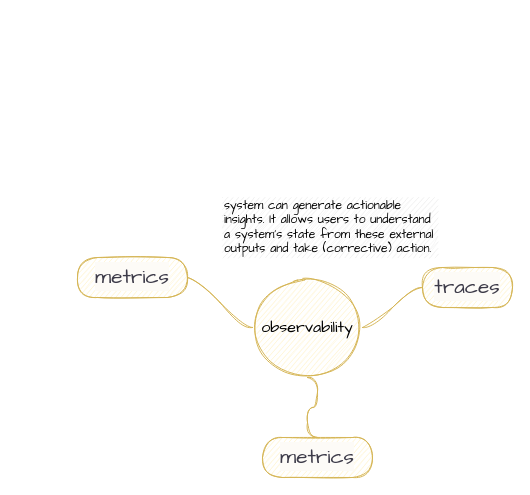
Before: page "observability" (1 of 2) of OpenTelemetry/OpenTelemetry.drawio in bostjanspar/MyDrawStuff, a draw.io diagram. Source tidied: cells renumbered, new cells numbered last; positions are measured from the earlier drawing's top-left corner, leaving out a move shared by most shapes. Both pictures are drawn from the tidied source at 100%, with x=0, y=0 at pixel (77, 197).
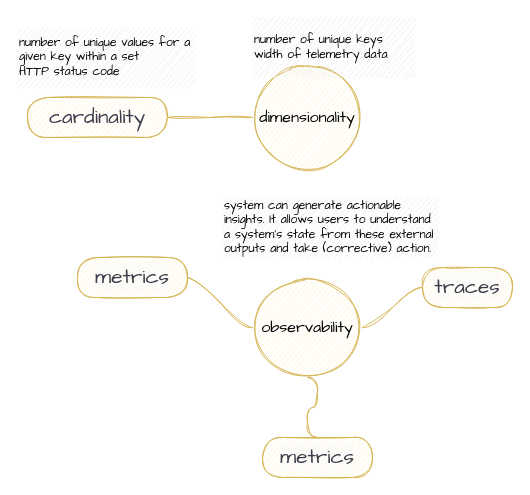
After the change.

Change to the diagram source:
```diff
@@
 <mxGraphModel>
   <root>
     <mxCell id="0" />
     <mxCell id="1" parent="0" />
     <mxCell id="2" style="edgeStyle=entityRelationEdgeStyle;startArrow=none;endArrow=none;segment=10;curved=1;shadow=0;sketch=1;fillColor=#fff2cc;strokeColor=#d6b656;fontFamily=Architects Daughter;" parent="1" edge="1" source="5" target="6">
       <mxGeometry relative="1" as="geometry" />
     </mxCell>
     <mxCell id="3" style="edgeStyle=entityRelationEdgeStyle;startArrow=none;endArrow=none;segment=10;curved=1;shadow=0;sketch=1;fillColor=#fff2cc;strokeColor=#d6b656;fontFamily=Architects Daughter;" parent="1" edge="1" source="5" target="7">
       <mxGeometry relative="1" as="geometry" />
     </mxCell>
     <mxCell id="4" style="edgeStyle=entityRelationEdgeStyle;rounded=1;jettySize=auto;html=1;startArrow=none;endArrow=none;segment=10;curved=1;entryX=0.5;entryY=0;entryDx=0;entryDy=0;exitX=0.5;exitY=1;exitDx=0;exitDy=0;shadow=0;sketch=1;strokeColor=#d6b656;align=center;verticalAlign=middle;fontFamily=Architects Daughter;fontSize=11;fontColor=default;labelBackgroundColor=default;fillColor=#fff2cc;" parent="1" edge="1" source="5" target="8">
       <mxGeometry relative="1" as="geometry" />
     </mxCell>
     <mxCell id="5" value="observability" style="ellipse;whiteSpace=wrap;html=1;align=center;newEdgeStyle={&quot;edgeStyle&quot;:&quot;entityRelationEdgeStyle&quot;,&quot;startArrow&quot;:&quot;none&quot;,&quot;endArrow&quot;:&quot;none&quot;,&quot;segment&quot;:10,&quot;curved&quot;:1};shadow=0;sketch=1;fillColor=#fff2cc;strokeColor=#d6b656;fontFamily=Architects Daughter;fontSize=16;" parent="1" vertex="1">
       <mxGeometry x="175" y="80" width="110" height="100" as="geometry" />
     </mxCell>
     <mxCell id="6" value="&lt;span style=&quot;color: rgb(61, 59, 73); font-size: 20.8px; text-align: left; background-color: rgb(253, 251, 247);&quot;&gt;traces&lt;/span&gt;" style="whiteSpace=wrap;html=1;rounded=1;arcSize=50;align=center;verticalAlign=middle;strokeWidth=1;spacing=4;newEdgeStyle={&quot;edgeStyle&quot;:&quot;entityRelationEdgeStyle&quot;,&quot;startArrow&quot;:&quot;none&quot;,&quot;endArrow&quot;:&quot;none&quot;,&quot;segment&quot;:10,&quot;curved&quot;:1};shadow=0;sketch=1;fillColor=#fff2cc;strokeColor=#d6b656;fontFamily=Architects Daughter;" parent="1" vertex="1">
       <mxGeometry x="345" y="70" width="90" height="40" as="geometry" />
     </mxCell>
     <mxCell id="7" value="&lt;span style=&quot;color: rgb(61, 59, 73); font-size: 20.8px; text-align: left; background-color: rgb(253, 251, 247);&quot;&gt;metrics&lt;/span&gt;" style="whiteSpace=wrap;html=1;rounded=1;arcSize=50;align=center;verticalAlign=middle;strokeWidth=1;spacing=4;newEdgeStyle={&quot;edgeStyle&quot;:&quot;entityRelationEdgeStyle&quot;,&quot;startArrow&quot;:&quot;none&quot;,&quot;endArrow&quot;:&quot;none&quot;,&quot;segment&quot;:10,&quot;curved&quot;:1};shadow=0;sketch=1;fillColor=#fff2cc;strokeColor=#d6b656;fontFamily=Architects Daughter;" parent="1" vertex="1">
       <mxGeometry y="60" width="110" height="40" as="geometry" />
     </mxCell>
     <mxCell id="8" value="&lt;span style=&quot;color: rgb(61, 59, 73); font-size: 20.8px; text-align: left; background-color: rgb(253, 251, 247);&quot;&gt;metrics&lt;/span&gt;" style="whiteSpace=wrap;html=1;rounded=1;arcSize=50;align=center;verticalAlign=middle;strokeWidth=1;spacing=4;newEdgeStyle={&quot;edgeStyle&quot;:&quot;entityRelationEdgeStyle&quot;,&quot;startArrow&quot;:&quot;none&quot;,&quot;endArrow&quot;:&quot;none&quot;,&quot;segment&quot;:10,&quot;curved&quot;:1};shadow=0;sketch=1;fillColor=#fff2cc;strokeColor=#d6b656;fontFamily=Architects Daughter;" parent="1" vertex="1">
       <mxGeometry x="185" y="240" width="110" height="40" as="geometry" />
     </mxCell>
     <mxCell id="9" value="&lt;font&gt;system can generate actionable insights. It allows users to understand a system’s state from these external outputs and take (corrective) action.&lt;/font&gt;" style="text;html=1;align=left;verticalAlign=middle;whiteSpace=wrap;rounded=0;fillColor=#EDEDED;sketch=1;curveFitting=1;jiggle=2;fontFamily=Architects Daughter;" parent="1" vertex="1">
       <mxGeometry x="145" width="215" height="60" as="geometry" />
     </mxCell>
+    <mxCell id="10" value="dimensionality" style="ellipse;whiteSpace=wrap;html=1;align=center;newEdgeStyle={&quot;edgeStyle&quot;:&quot;entityRelationEdgeStyle&quot;,&quot;startArrow&quot;:&quot;none&quot;,&quot;endArrow&quot;:&quot;none&quot;,&quot;segment&quot;:10,&quot;curved&quot;:1};shadow=0;sketch=1;fillColor=#fff2cc;strokeColor=#d6b656;fontFamily=Architects Daughter;fontSize=16;" parent="1" vertex="1">
+      <mxGeometry x="175" y="-130" width="110" height="100" as="geometry" />
+    </mxCell>
+    <mxCell id="11" value="number of unique values for a given key within a set&lt;br&gt;HTTP status code" style="text;html=1;align=left;verticalAlign=middle;whiteSpace=wrap;rounded=0;fillColor=#EDEDED;sketch=1;curveFitting=1;jiggle=2;fontFamily=Architects Daughter;" parent="1" vertex="1">
+      <mxGeometry x="-60" y="-170" width="175" height="60" as="geometry" />
+    </mxCell>
+    <mxCell id="12" style="edgeStyle=entityRelationEdgeStyle;rounded=1;jettySize=auto;html=1;startArrow=none;endArrow=none;segment=10;curved=1;shadow=0;sketch=1;strokeColor=#d6b656;align=center;verticalAlign=middle;fontFamily=Architects Daughter;fontSize=11;fontColor=default;labelBackgroundColor=default;fillColor=#fff2cc;" parent="1" edge="1" source="13" target="10">
+      <mxGeometry relative="1" as="geometry" />
+    </mxCell>
+    <mxCell id="13" value="&lt;div style=&quot;text-align: left;&quot;&gt;&lt;span style=&quot;background-color: initial; font-size: 20.8px;&quot;&gt;&lt;font color=&quot;#3d3b49&quot;&gt;cardinality&lt;/font&gt;&lt;/span&gt;&lt;/div&gt;" style="whiteSpace=wrap;html=1;rounded=1;arcSize=50;align=center;verticalAlign=middle;strokeWidth=1;spacing=4;newEdgeStyle={&quot;edgeStyle&quot;:&quot;entityRelationEdgeStyle&quot;,&quot;startArrow&quot;:&quot;none&quot;,&quot;endArrow&quot;:&quot;none&quot;,&quot;segment&quot;:10,&quot;curved&quot;:1};shadow=0;sketch=1;fillColor=#fff2cc;strokeColor=#d6b656;fontFamily=Architects Daughter;" parent="1" vertex="1">
+      <mxGeometry x="-50" y="-100" width="140" height="40" as="geometry" />
+    </mxCell>
+    <mxCell id="14" value="&lt;font&gt;number of unique keys&lt;/font&gt;&lt;div&gt;&lt;font&gt;width of telemetry data&amp;nbsp;&lt;/font&gt;&lt;/div&gt;" style="text;html=1;align=left;verticalAlign=middle;whiteSpace=wrap;rounded=0;fillColor=#EDEDED;sketch=1;curveFitting=1;jiggle=2;fontFamily=Architects Daughter;" parent="1" vertex="1">
+      <mxGeometry x="175" y="-180" width="160" height="60" as="geometry" />
+    </mxCell>
   </root>
 </mxGraphModel>
```
